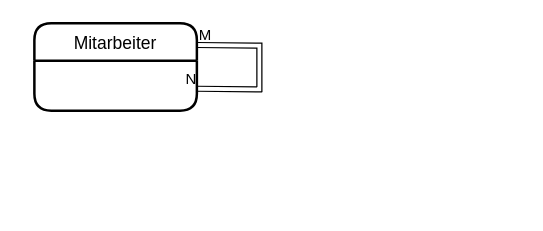
Artjom1234/ProbeKlausurDB keeps this draw.io diagram as page "Aufgabe_1e" (5 of 5) of Aufgabe_1_bis_3/Aufgabe_1_a,b,c,d,e.drawio. Above is the earlier version. Source tidied: cells renumbered, new cells numbered last; positions are measured from the earlier drawing's top-left corner, leaving out a move shared by most shapes. Both pictures are drawn from the tidied source at 125%, with x=0, y=0 at pixel (34, 22).
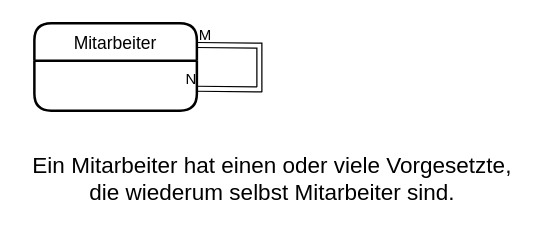
The same page after the edit.

The edit, as a diff of the source:
```diff
@@
 <mxGraphModel>
   <root>
     <mxCell id="0" />
     <mxCell id="1" parent="0" />
     <mxCell id="2" value="Mitarbeiter" style="swimlane;horizontal=1;startSize=30;rounded=1;fontSize=14;fontStyle=0;strokeWidth=2;shadow=0;dashed=0;align=center;" parent="1" vertex="1">
       <mxGeometry width="130" height="70" as="geometry" />
     </mxCell>
     <mxCell id="3" style="shape=link;html=1;rounded=0;exitX=1;exitY=0.25;exitDx=0;exitDy=0;entryX=1;entryY=0.75;entryDx=0;entryDy=0;" parent="1" edge="1" source="2" target="2">
       <mxGeometry relative="1" as="geometry">
         <Array as="points">
           <mxPoint x="180" y="18" />
           <mxPoint x="180" y="53" />
         </Array>
       </mxGeometry>
     </mxCell>
     <mxCell id="4" value="M" style="html=1;align=left;verticalAlign=bottom;" parent="3" vertex="1">
       <mxGeometry x="-1" relative="1" as="geometry" />
     </mxCell>
     <mxCell id="5" value="N" style="html=1;align=right;verticalAlign=bottom;" parent="3" vertex="1">
       <mxGeometry x="1" relative="1" as="geometry" />
     </mxCell>
+    <mxCell id="6" value="&lt;div&gt;Ein Mitarbeiter hat einen oder viele Vorgesetzte, &lt;br&gt;&lt;/div&gt;&lt;div&gt;die wiederum selbst Mitarbeiter sind.&lt;br&gt;&lt;/div&gt;" style="text;html=1;align=center;verticalAlign=middle;fillColor=none;strokeColor=none;rounded=0;fontSize=18;" parent="1" vertex="1">
+      <mxGeometry x="-10" y="100" width="400" height="50" as="geometry" />
+    </mxCell>
   </root>
 </mxGraphModel>
```
